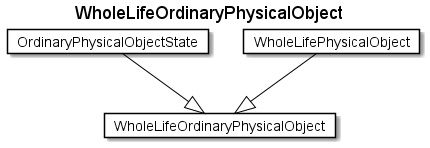
The PlantUML diagram fragments/diagrams/WholeLifeOrdinaryPhysicalObject.png in rtigran/rdf2adoc, before a commit.
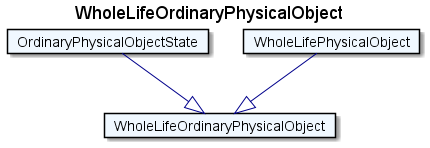
The same file after the commit.

The edit, as a diff of the source:
```diff
@@ -1,15 +1,15 @@
 @startuml
 Title WholeLifeOrdinaryPhysicalObject
 
-Card WholeLifeOrdinaryPhysicalObject #fff [
+Card WholeLifeOrdinaryPhysicalObject #F0F8FF [
 WholeLifeOrdinaryPhysicalObject
 ]
-Card OrdinaryPhysicalObjectState #fff [
+Card OrdinaryPhysicalObjectState #F0F8FF [
 OrdinaryPhysicalObjectState
 ]
-OrdinaryPhysicalObjectState --|> WholeLifeOrdinaryPhysicalObject  #000
-Card WholeLifePhysicalObject #fff [
+OrdinaryPhysicalObjectState --|> WholeLifeOrdinaryPhysicalObject  #00008B
+Card WholeLifePhysicalObject #F0F8FF [
 WholeLifePhysicalObject
 ]
-WholeLifePhysicalObject --|> WholeLifeOrdinaryPhysicalObject  #000
+WholeLifePhysicalObject --|> WholeLifeOrdinaryPhysicalObject  #00008B
 @enduml
```
